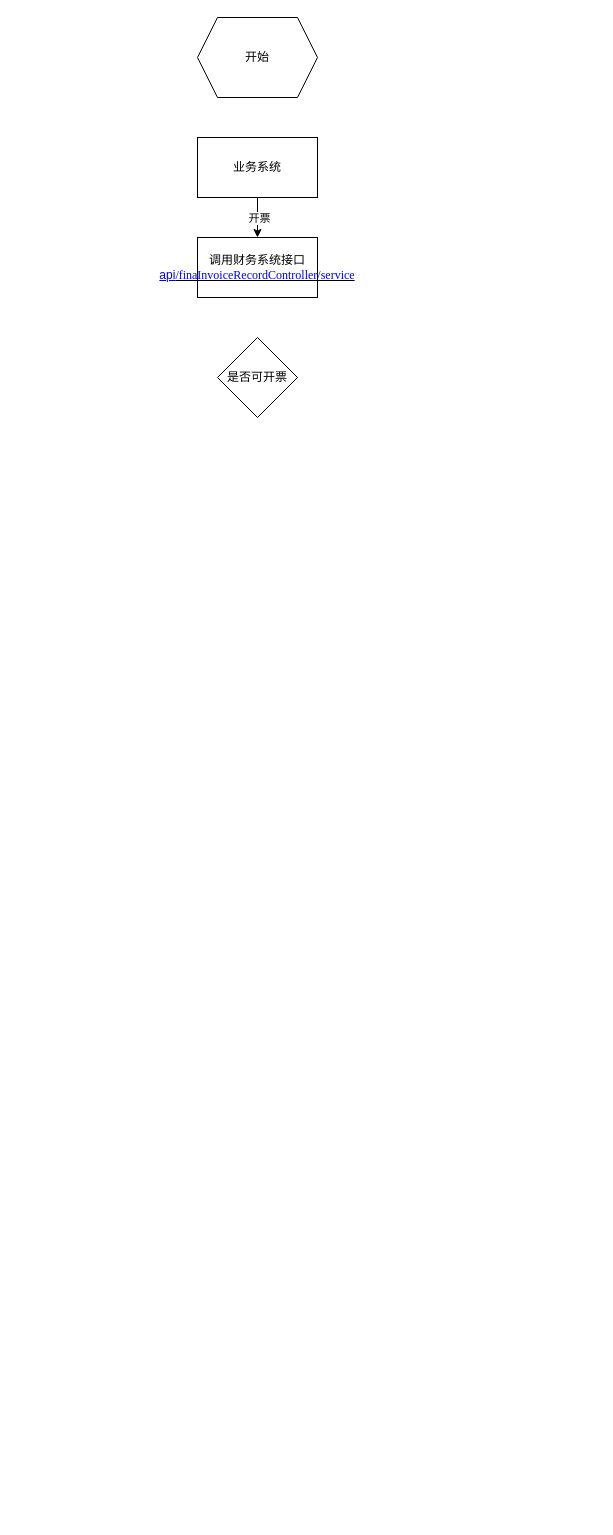
The draw.io diagram 发票管理流程.drawio in zhangfengman/autoJs, before the edit. Source tidied: cells renumbered, new cells numbered last; positions are measured from the earlier drawing's top-left corner, leaving out a move shared by most shapes. Both pictures are drawn from the tidied source at 100%, with x=0, y=0 at pixel (197, 17).
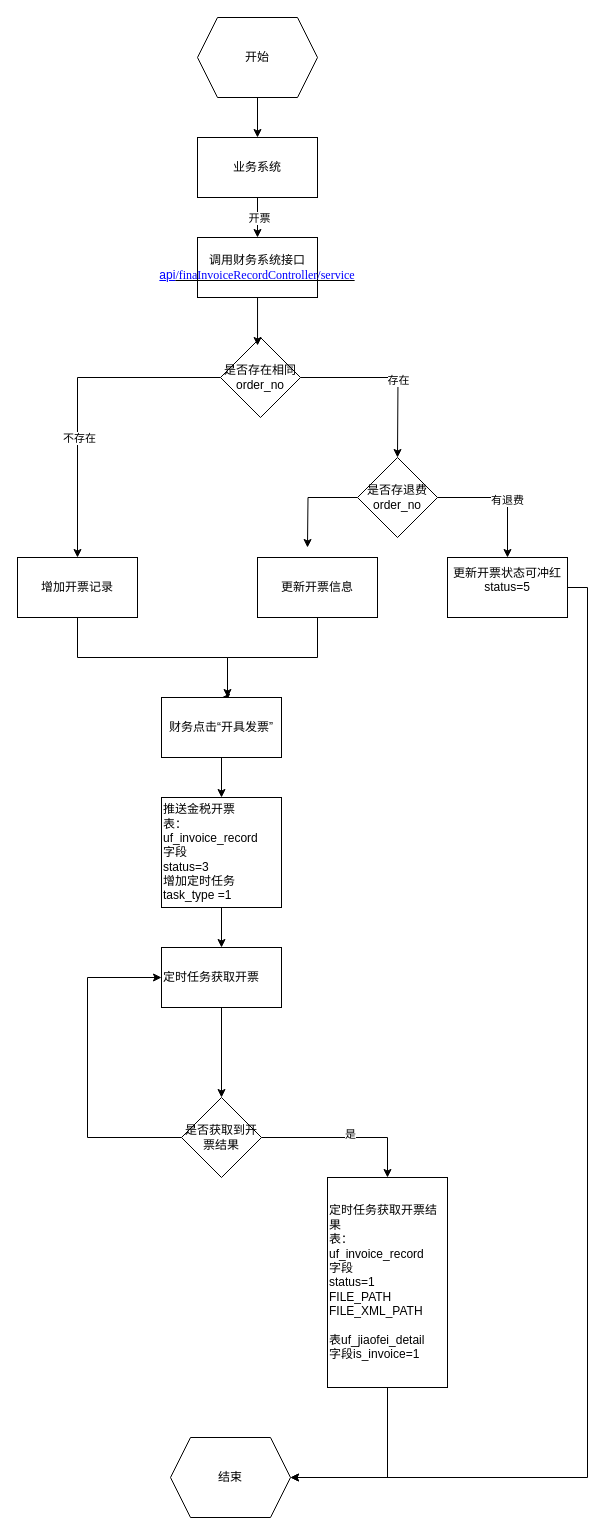
After the change.

Commit message:
更新发票管理流程.drawio

The change refers to these unchanged cells:
```xml
<mxCell id="2" value="开始" style="shape=hexagon;perimeter=hexagonPerimeter2;whiteSpace=wrap;html=1;fixedSize=1;" parent="1" vertex="1">
  <mxGeometry width="120" height="80" as="geometry" />
</mxCell>
<mxCell id="5" value="业务系统" style="rounded=0;whiteSpace=wrap;html=1;" parent="1" vertex="1">
  <mxGeometry y="120" width="120" height="60" as="geometry" />
</mxCell>
<mxCell id="6" value="&lt;span style=&quot;background-color: initial;&quot;&gt;&lt;span style=&quot;&quot; class=&quot;15&quot;&gt;&lt;font style=&quot;&quot;&gt;调用财务系统接口&lt;/font&gt;&lt;font style=&quot;color: rgb(0, 0, 255); font-family: 宋体; text-decoration-line: underline;&quot; face=&quot;Times New Roman&quot;&gt;api&lt;/font&gt;&lt;/span&gt;&lt;/span&gt;&lt;u style=&quot;background-color: initial;&quot;&gt;&lt;span style=&quot;font-family: &amp;quot;Times New Roman&amp;quot;; color: rgb(0, 0, 255);&quot; class=&quot;15&quot;&gt;/finaInvoiceRecordController/service&lt;/span&gt;&lt;/u&gt;" style="rounded=0;whiteSpace=wrap;html=1;" parent="1" vertex="1">
  <mxGeometry y="220" width="120" height="60" as="geometry" />
</mxCell>
```

The edit, as a diff of the source:
```diff
@@
+    <mxCell id="8" style="edgeStyle=orthogonalEdgeStyle;rounded=0;jettySize=auto;html=1;" parent="1" edge="1" source="2" target="5">
+      <mxGeometry relative="1" as="geometry" />
+    </mxCell>
@@
+    <mxCell id="9" style="edgeStyle=orthogonalEdgeStyle;rounded=0;jettySize=auto;html=1;" parent="1" edge="1" source="7" target="12">
+      <mxGeometry relative="1" as="geometry" />
+    </mxCell>
+    <mxCell id="10" value="不存在" style="edgeLabel;html=1;align=center;verticalAlign=middle;" parent="9" vertex="1">
+      <mxGeometry x="0.26" y="1" relative="1" as="geometry" />
+    </mxCell>
-    <mxCell id="7" value="是否可开票" style="rhombus;whiteSpace=wrap;html=1;" parent="1" vertex="1">
-      <mxGeometry x="20" y="320" width="80" height="80" as="geometry" />
+    <mxCell id="7" value="是否存在相同&lt;div&gt;order_no&lt;br&gt;&lt;/div&gt;" style="rhombus;whiteSpace=wrap;html=1;" parent="1" vertex="1">
+      <mxGeometry x="23" y="320" width="80" height="80" as="geometry" />
     </mxCell>
+    <mxCell id="11" style="edgeStyle=orthogonalEdgeStyle;rounded=0;jettySize=auto;html=1;" parent="1" edge="1" source="12" target="25">
+      <mxGeometry relative="1" as="geometry">
+        <Array as="points">
+          <mxPoint x="-120" y="640" />
+          <mxPoint x="30" y="640" />
+        </Array>
+      </mxGeometry>
+    </mxCell>
+    <mxCell id="12" value="增加开票记录" style="rounded=0;whiteSpace=wrap;html=1;" parent="1" vertex="1">
+      <mxGeometry x="-180" y="540" width="120" height="60" as="geometry" />
+    </mxCell>
+    <mxCell id="13" style="edgeStyle=orthogonalEdgeStyle;rounded=0;jettySize=auto;html=1;entryX=0.583;entryY=0.167;entryDx=0;entryDy=0;entryPerimeter=0;" parent="1" edge="1" source="7">
+      <mxGeometry relative="1" as="geometry">
+        <mxPoint x="200" y="440" as="targetPoint" />
+      </mxGeometry>
+    </mxCell>
+    <mxCell id="14" value="存在" style="edgeLabel;html=1;align=center;verticalAlign=middle;" parent="13" vertex="1">
+      <mxGeometry x="0.09" y="-2" relative="1" as="geometry" />
+    </mxCell>
+    <mxCell id="15" style="edgeStyle=orthogonalEdgeStyle;rounded=0;jettySize=auto;html=1;" parent="1" edge="1" source="18" target="20">
+      <mxGeometry relative="1" as="geometry" />
+    </mxCell>
+    <mxCell id="16" value="有退费" style="edgeLabel;html=1;align=center;verticalAlign=middle;" parent="15" vertex="1">
+      <mxGeometry x="0.11" y="-1" relative="1" as="geometry" />
+    </mxCell>
+    <mxCell id="17" style="edgeStyle=orthogonalEdgeStyle;rounded=0;jettySize=auto;html=1;" parent="1" edge="1" source="18">
+      <mxGeometry relative="1" as="geometry">
+        <mxPoint x="110" y="530" as="targetPoint" />
+      </mxGeometry>
+    </mxCell>
+    <mxCell id="18" value="是否存退费&lt;div&gt;order_no&lt;br&gt;&lt;/div&gt;" style="rhombus;whiteSpace=wrap;html=1;" parent="1" vertex="1">
+      <mxGeometry x="160" y="440" width="80" height="80" as="geometry" />
+    </mxCell>
+    <mxCell id="19" style="edgeStyle=orthogonalEdgeStyle;rounded=0;jettySize=auto;html=1;" parent="1" edge="1" source="20" target="34">
+      <mxGeometry relative="1" as="geometry">
+        <Array as="points">
+          <mxPoint x="390" y="570" />
+          <mxPoint x="390" y="1460" />
+        </Array>
+      </mxGeometry>
+    </mxCell>
+    <mxCell id="20" value="更新开票状态可冲红&lt;div&gt;status=5&lt;br&gt;&lt;div&gt;&lt;span style=&quot;background-color: initial; font-size: 0px; text-wrap: nowrap;&quot;&gt;&lt;font face=&quot;monospace&quot; color=&quot;rgba(0, 0, 0, 0)&quot;&gt;status=5&lt;/font&gt;&lt;/span&gt;&lt;br&gt;&lt;/div&gt;&lt;/div&gt;" style="rounded=0;whiteSpace=wrap;html=1;" parent="1" vertex="1">
+      <mxGeometry x="250" y="540" width="120" height="60" as="geometry" />
+    </mxCell>
+    <mxCell id="21" style="edgeStyle=orthogonalEdgeStyle;rounded=0;jettySize=auto;html=1;entryX=0.5;entryY=0;entryDx=0;entryDy=0;" parent="1" edge="1" source="22" target="25">
+      <mxGeometry relative="1" as="geometry">
+        <Array as="points">
+          <mxPoint x="120" y="640" />
+          <mxPoint x="30" y="640" />
+        </Array>
+      </mxGeometry>
+    </mxCell>
+    <mxCell id="22" value="&lt;div&gt;&lt;div&gt;更新开票信息&lt;/div&gt;&lt;/div&gt;" style="rounded=0;whiteSpace=wrap;html=1;" parent="1" vertex="1">
+      <mxGeometry x="60" y="540" width="120" height="60" as="geometry" />
+    </mxCell>
+    <mxCell id="23" style="edgeStyle=orthogonalEdgeStyle;rounded=0;jettySize=auto;html=1;entryX=0.463;entryY=0.1;entryDx=0;entryDy=0;entryPerimeter=0;" parent="1" edge="1" source="6" target="7">
+      <mxGeometry relative="1" as="geometry" />
+    </mxCell>
+    <mxCell id="24" style="edgeStyle=orthogonalEdgeStyle;rounded=0;jettySize=auto;html=1;entryX=0.5;entryY=0;entryDx=0;entryDy=0;" parent="1" edge="1" source="25" target="27">
+      <mxGeometry relative="1" as="geometry" />
+    </mxCell>
+    <mxCell id="25" value="财务点击“开具发票”" style="rounded=0;whiteSpace=wrap;html=1;" parent="1" vertex="1">
+      <mxGeometry x="-36" y="680" width="120" height="60" as="geometry" />
+    </mxCell>
+    <mxCell id="26" style="edgeStyle=orthogonalEdgeStyle;rounded=0;jettySize=auto;html=1;" parent="1" edge="1" source="27" target="36">
+      <mxGeometry relative="1" as="geometry" />
+    </mxCell>
+    <mxCell id="27" value="推送金税开票&lt;div&gt;表：uf_invoice_record&lt;/div&gt;&lt;div&gt;字段&lt;/div&gt;&lt;div&gt;&lt;span style=&quot;text-align: center;&quot;&gt;status=3&lt;/span&gt;&lt;br&gt;&lt;/div&gt;&lt;div&gt;&lt;span style=&quot;text-align: center;&quot;&gt;增加定时任务task_type =1&lt;/span&gt;&lt;/div&gt;" style="rounded=0;whiteSpace=wrap;html=1;align=left;" parent="1" vertex="1">
+      <mxGeometry x="-36" y="780" width="120" height="110" as="geometry" />
+    </mxCell>
+    <mxCell id="28" style="edgeStyle=orthogonalEdgeStyle;rounded=0;jettySize=auto;html=1;" parent="1" edge="1" source="29" target="34">
+      <mxGeometry relative="1" as="geometry">
+        <Array as="points">
+          <mxPoint x="190" y="1460" />
+        </Array>
+      </mxGeometry>
+    </mxCell>
+    <mxCell id="29" value="&lt;div&gt;定时任务获取开票结果&lt;/div&gt;&lt;div&gt;表：uf_invoice_record&lt;/div&gt;&lt;div&gt;字段&lt;/div&gt;&lt;div&gt;&lt;span style=&quot;text-align: center;&quot;&gt;status=1&lt;/span&gt;&lt;/div&gt;&lt;div&gt;&lt;span style=&quot;text-align: center; background-color: initial;&quot;&gt;FILE_PATH&lt;/span&gt;&lt;/div&gt;&lt;div&gt;&lt;span style=&quot;text-align: center; background-color: initial;&quot;&gt;FILE_XML_PATH&lt;/span&gt;&lt;/div&gt;&lt;div&gt;&lt;br&gt;&lt;/div&gt;&lt;div&gt;&lt;div&gt;表uf_jiaofei_detail&lt;/div&gt;&lt;div&gt;字段is_invoice=1&lt;/div&gt;&lt;/div&gt;" style="rounded=0;whiteSpace=wrap;html=1;align=left;" parent="1" vertex="1">
+      <mxGeometry x="130" y="1160" width="120" height="210" as="geometry" />
+    </mxCell>
+    <mxCell id="30" style="edgeStyle=orthogonalEdgeStyle;rounded=0;jettySize=auto;html=1;entryX=0.5;entryY=0;entryDx=0;entryDy=0;" parent="1" edge="1" source="33" target="29">
+      <mxGeometry relative="1" as="geometry" />
+    </mxCell>
+    <mxCell id="31" value="是" style="edgeLabel;html=1;align=center;verticalAlign=middle;" parent="30" vertex="1">
+      <mxGeometry x="0.06" y="4" relative="1" as="geometry" />
+    </mxCell>
+    <mxCell id="32" style="edgeStyle=orthogonalEdgeStyle;rounded=0;jettySize=auto;html=1;entryX=0;entryY=0.5;entryDx=0;entryDy=0;" parent="1" edge="1" source="33" target="36">
+      <mxGeometry relative="1" as="geometry">
+        <Array as="points">
+          <mxPoint x="-110" y="1120" />
+          <mxPoint x="-110" y="960" />
+        </Array>
+      </mxGeometry>
+    </mxCell>
+    <mxCell id="33" value="&lt;div&gt;是否获取到开票结果&lt;/div&gt;" style="rhombus;whiteSpace=wrap;html=1;" parent="1" vertex="1">
+      <mxGeometry x="-16" y="1080" width="80" height="80" as="geometry" />
+    </mxCell>
+    <mxCell id="34" value="结束" style="shape=hexagon;perimeter=hexagonPerimeter2;whiteSpace=wrap;html=1;fixedSize=1;" parent="1" vertex="1">
+      <mxGeometry x="-27" y="1420" width="120" height="80" as="geometry" />
+    </mxCell>
+    <mxCell id="35" style="edgeStyle=orthogonalEdgeStyle;rounded=0;jettySize=auto;html=1;" parent="1" edge="1" source="36" target="33">
+      <mxGeometry relative="1" as="geometry" />
+    </mxCell>
+    <mxCell id="36" value="定时任务获取开票" style="rounded=0;whiteSpace=wrap;html=1;align=left;" parent="1" vertex="1">
+      <mxGeometry x="-36" y="930" width="120" height="60" as="geometry" />
+    </mxCell>
```
